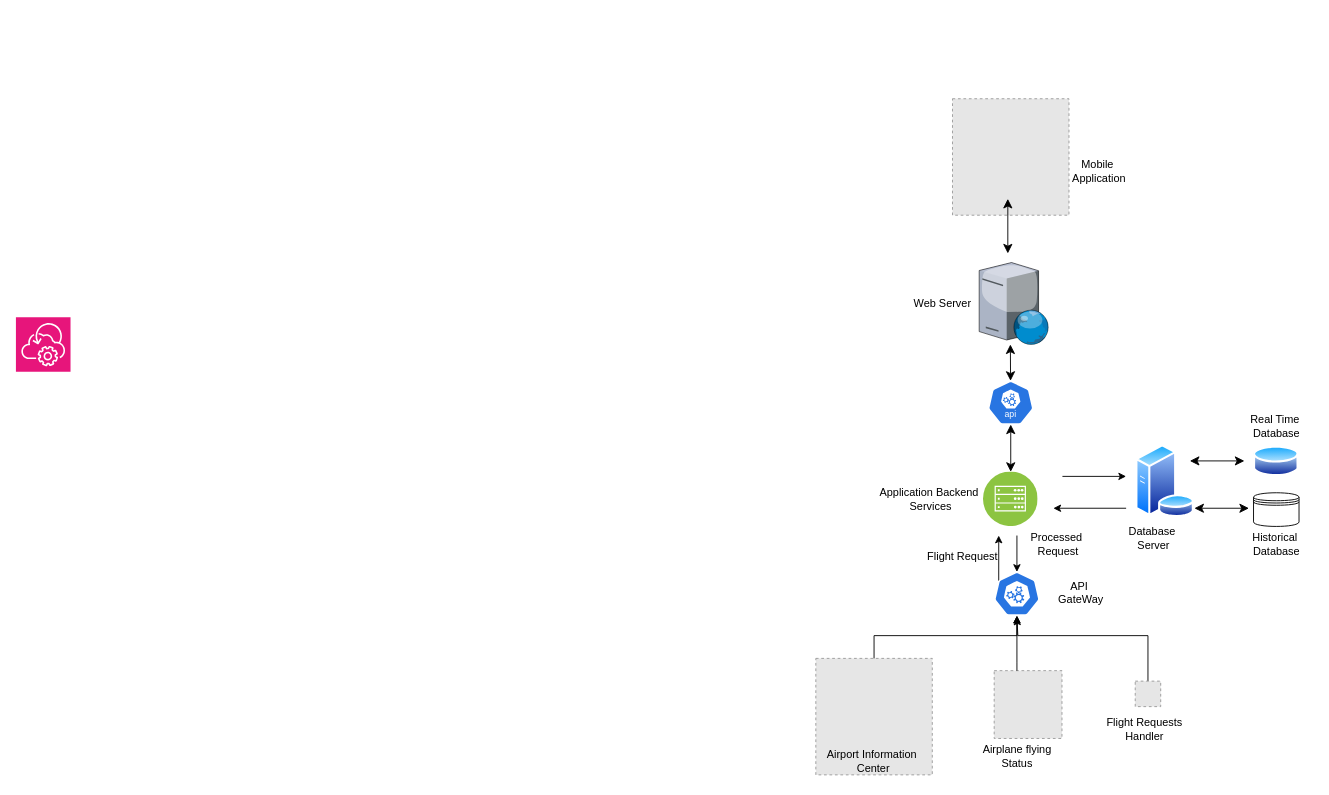
Before: Untitled Diagram.drawio in HariniRavi490/portfolio, a draw.io diagram. Source tidied: cells renumbered, new cells numbered last; positions are measured from the earlier drawing's top-left corner, leaving out a move shared by most shapes. Both pictures are drawn from the tidied source at 91%, with x=0, y=0 at pixel (15, 98). Pictures stored in the file or linked from it are replaced by grey dashed boxes.
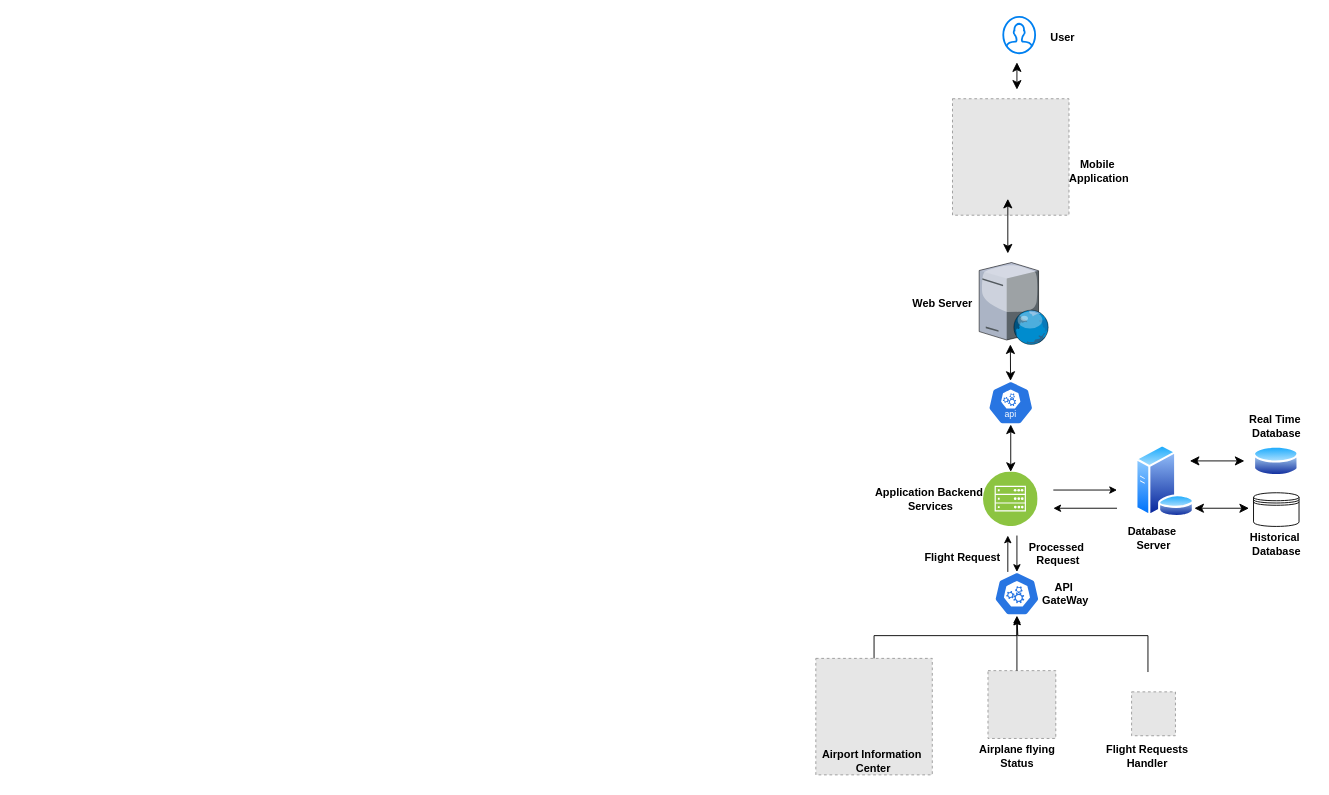
The same diagram, later.

Unchanged cells that the change refers to:
```xml
<mxCell id="4" style="sketch=0;html=1;dashed=0;whitespace=wrap;verticalLabelPosition=bottom;verticalAlign=top;fillColor=#2875E2;strokeColor=#ffffff;points=[[0.005,0.63,0],[0.1,0.2,0],[0.9,0.2,0],[0.5,0,0],[0.995,0.63,0],[0.72,0.99,0],[0.5,1,0],[0.28,0.99,0]];shape=mxgraph.kubernetes.icon2;prIcon=api;" parent="1" vertex="1">
  <mxGeometry x="1075" y="520" width="50" height="48" as="geometry" />
</mxCell>
```

The edit, as a diff of the source:
```diff
@@
-    <mxCell id="3" style="edgeStyle=orthogonalEdgeStyle;rounded=0;jettySize=auto;html=1;exitX=0.1;exitY=0.2;exitDx=0;exitDy=0;exitPerimeter=0;" parent="1" edge="1" source="4">
-      <mxGeometry relative="1" as="geometry">
-        <mxPoint x="1080" y="480" as="targetPoint" />
-        <Array as="points">
-          <mxPoint x="1080" y="480" />
-          <mxPoint x="1080" y="480" />
-        </Array>
-      </mxGeometry>
-    </mxCell>
@@
     <mxCell id="5" style="fillColor=#E6E6E6;strokeColor=#999999;dashed=1;html=1;verticalAlign=top;verticalLabelPosition=bottom;labelBackgroundColor=#ffffff;" parent="1" vertex="1">
-      <mxGeometry x="1075" y="628.5" width="74.5" height="74.5" as="geometry" />
+      <mxGeometry x="1068.2" y="628.5" width="74.5" height="74.5" as="geometry" />
     </mxCell>
-    <mxCell id="6" value="Airport Information&amp;nbsp;&lt;div&gt;Center&lt;/div&gt;" style="text;html=1;align=center;verticalAlign=middle;strokeColor=none;fillColor=none;" parent="1" vertex="1">
-      <mxGeometry x="877" y="708" width="130" height="40" as="geometry" />
+    <mxCell id="6" value="&lt;b&gt;Airport Information&amp;nbsp;&lt;/b&gt;&lt;div&gt;&lt;b&gt;Center&lt;/b&gt;&lt;/div&gt;" style="text;html=1;align=center;verticalAlign=middle;strokeColor=none;fillColor=none;" parent="1" vertex="1">
+      <mxGeometry x="872" y="708" width="140" height="40" as="geometry" />
     </mxCell>
-    <mxCell id="7" value="Airplane flying&lt;div&gt;Status&lt;/div&gt;" style="text;html=1;align=center;verticalAlign=middle;strokeColor=none;fillColor=none;" parent="1" vertex="1">
-      <mxGeometry x="1050" y="703" width="100" height="40" as="geometry" />
+    <mxCell id="7" value="&lt;b&gt;Airplane flying&lt;/b&gt;&lt;div&gt;&lt;b&gt;Status&lt;/b&gt;&lt;/div&gt;" style="text;html=1;align=center;verticalAlign=middle;strokeColor=none;fillColor=none;" parent="1" vertex="1">
+      <mxGeometry x="1045" y="703" width="110" height="40" as="geometry" />
     </mxCell>
-    <mxCell id="8" style="edgeStyle=orthogonalEdgeStyle;rounded=0;jettySize=auto;html=1;" parent="1" edge="1" source="9">
+    <mxCell id="8" style="edgeStyle=orthogonalEdgeStyle;rounded=0;orthogonalLoop=1;jettySize=auto;html=1;" parent="1" edge="1">
       <mxGeometry relative="1" as="geometry">
+        <mxPoint x="1244" y="630" as="sourcePoint" />
         <mxPoint x="1100" y="570" as="targetPoint" />
         <Array as="points">
           <mxPoint x="1244" y="590" />
           <mxPoint x="1101" y="590" />
         </Array>
       </mxGeometry>
     </mxCell>
     <mxCell id="9" style="fillColor=#E6E6E6;strokeColor=#999999;dashed=1;verticalLabelPosition=bottom;labelBackgroundColor=default;verticalAlign=top;" parent="1" vertex="1">
-      <mxGeometry x="1230" y="640" width="28" height="28" as="geometry" />
+      <mxGeometry x="1226" y="651.8" width="48.2" height="48.2" as="geometry" />
     </mxCell>
-    <mxCell id="10" value="Flight Requests&lt;div&gt;Handler&lt;/div&gt;" style="text;html=1;align=center;verticalAlign=middle;strokeColor=none;fillColor=none;" parent="1" vertex="1">
-      <mxGeometry x="1185" y="673" width="110" height="40" as="geometry" />
+    <mxCell id="10" value="&lt;b&gt;Flight Requests&lt;/b&gt;&lt;div&gt;&lt;b&gt;Handler&lt;/b&gt;&lt;/div&gt;" style="text;html=1;align=center;verticalAlign=middle;strokeColor=none;fillColor=none;" parent="1" vertex="1">
+      <mxGeometry x="1188.2" y="703" width="110" height="40" as="geometry" />
     </mxCell>
@@
-    <mxCell id="12" style="edgeStyle=orthogonalEdgeStyle;rounded=0;jettySize=auto;html=1;entryX=0.5;entryY=1;entryDx=0;entryDy=0;entryPerimeter=0;" parent="1" edge="1" source="5" target="4">
+    <mxCell id="12" style="edgeStyle=orthogonalEdgeStyle;rounded=0;jettySize=auto;html=1;" parent="1" edge="1" source="5">
       <mxGeometry relative="1" as="geometry">
+        <mxPoint x="1100" y="570" as="targetPoint" />
         <Array as="points">
-          <mxPoint x="1100" y="620" />
-          <mxPoint x="1100" y="620" />
+          <mxPoint x="1100" y="590" />
+          <mxPoint x="1100" y="590" />
         </Array>
       </mxGeometry>
     </mxCell>
-    <mxCell id="13" value="API&amp;nbsp;&lt;div&gt;GateWay&lt;/div&gt;" style="text;html=1;align=center;verticalAlign=middle;strokeColor=none;fillColor=none;" parent="1" vertex="1">
-      <mxGeometry x="1135" y="523" width="70" height="40" as="geometry" />
+    <mxCell id="13" value="&lt;b&gt;API&amp;nbsp;&lt;/b&gt;&lt;div&gt;&lt;b&gt;GateWay&lt;/b&gt;&lt;/div&gt;" style="text;html=1;align=center;verticalAlign=middle;strokeColor=none;fillColor=none;" parent="1" vertex="1">
+      <mxGeometry x="1118.2" y="524" width="70" height="40" as="geometry" />
     </mxCell>
     <mxCell id="14" style="edgeStyle=orthogonalEdgeStyle;rounded=0;orthogonalLoop=1;jettySize=auto;html=1;" parent="1" edge="1">
       <mxGeometry relative="1" as="geometry">
-        <mxPoint x="1150" y="415" as="sourcePoint" />
-        <mxPoint x="1220" y="415" as="targetPoint" />
+        <mxPoint x="1140" y="430" as="sourcePoint" />
+        <mxPoint x="1210" y="430" as="targetPoint" />
       </mxGeometry>
     </mxCell>
@@
-    <mxCell id="17" value="Flight Request" style="text;html=1;align=center;verticalAlign=middle;strokeColor=none;fillColor=none;" parent="1" vertex="1">
-      <mxGeometry x="990" y="488" width="100" height="30" as="geometry" />
+    <mxCell id="17" value="&lt;b&gt;Flight Request&lt;/b&gt;" style="text;html=1;align=center;verticalAlign=middle;strokeColor=none;fillColor=none;" parent="1" vertex="1">
+      <mxGeometry x="985" y="490" width="110" height="30" as="geometry" />
     </mxCell>
-    <mxCell id="18" value="Processed&amp;nbsp;&lt;div&gt;Request&lt;/div&gt;" style="text;html=1;align=center;verticalAlign=middle;strokeColor=none;fillColor=none;" parent="1" vertex="1">
-      <mxGeometry x="1105" y="470" width="80" height="40" as="geometry" />
+    <mxCell id="18" value="&lt;b&gt;Processed&amp;nbsp;&lt;/b&gt;&lt;div&gt;&lt;b&gt;Request&lt;/b&gt;&lt;/div&gt;" style="text;html=1;align=center;verticalAlign=middle;strokeColor=none;fillColor=none;" parent="1" vertex="1">
+      <mxGeometry x="1100" y="480" width="90" height="40" as="geometry" />
     </mxCell>
@@
     <mxCell id="20" style="edgeStyle=none;orthogonalLoop=1;jettySize=auto;html=1;rounded=0;" parent="1" edge="1">
       <mxGeometry relative="1" as="geometry">
-        <mxPoint x="1220" y="450" as="sourcePoint" />
+        <mxPoint x="1210" y="450" as="sourcePoint" />
         <mxPoint x="1140" y="450" as="targetPoint" />
       </mxGeometry>
     </mxCell>
-    <mxCell id="21" value="Web Server" style="text;html=1;align=center;verticalAlign=middle;strokeColor=none;fillColor=none;" parent="1" vertex="1">
+    <mxCell id="21" value="&lt;b&gt;Web Server&lt;/b&gt;" style="text;html=1;align=center;verticalAlign=middle;strokeColor=none;fillColor=none;" parent="1" vertex="1">
       <mxGeometry x="973.2" y="210" width="90" height="30" as="geometry" />
     </mxCell>
-    <mxCell id="22" value="Database&amp;nbsp;&lt;div&gt;Server&lt;/div&gt;" style="text;html=1;align=center;verticalAlign=middle;strokeColor=none;fillColor=none;" parent="1" vertex="1">
+    <mxCell id="22" value="&lt;b&gt;Database&amp;nbsp;&lt;/b&gt;&lt;div&gt;&lt;b&gt;Server&lt;/b&gt;&lt;/div&gt;" style="text;html=1;align=center;verticalAlign=middle;strokeColor=none;fillColor=none;" parent="1" vertex="1">
       <mxGeometry x="1210" y="463" width="80" height="40" as="geometry" />
     </mxCell>
@@
-    <mxCell id="25" value="Historical&amp;nbsp;&lt;div&gt;Database&lt;/div&gt;" style="text;html=1;align=center;verticalAlign=middle;strokeColor=none;fillColor=none;" parent="1" vertex="1">
+    <mxCell id="25" value="&lt;b&gt;Historical&amp;nbsp;&lt;/b&gt;&lt;div&gt;&lt;b&gt;Database&lt;/b&gt;&lt;/div&gt;" style="text;html=1;align=center;verticalAlign=middle;strokeColor=none;fillColor=none;" parent="1" vertex="1">
       <mxGeometry x="1345" y="470" width="80" height="40" as="geometry" />
     </mxCell>
-    <mxCell id="26" value="Real Time&amp;nbsp;&lt;div&gt;Database&lt;/div&gt;" style="text;html=1;align=center;verticalAlign=middle;strokeColor=none;fillColor=none;" parent="1" vertex="1">
+    <mxCell id="26" value="&lt;b&gt;Real Time&amp;nbsp;&lt;/b&gt;&lt;div&gt;&lt;b&gt;Database&lt;/b&gt;&lt;/div&gt;" style="text;html=1;align=center;verticalAlign=middle;strokeColor=none;fillColor=none;" parent="1" vertex="1">
       <mxGeometry x="1345" y="340" width="80" height="40" as="geometry" />
     </mxCell>
@@
-    <mxCell id="31" value="Application Backend&amp;nbsp;&lt;div&gt;Services&lt;/div&gt;" style="text;html=1;align=center;verticalAlign=middle;strokeColor=none;fillColor=none;" parent="1" vertex="1">
-      <mxGeometry x="935" y="420" width="140" height="40" as="geometry" />
+    <mxCell id="31" value="&lt;b&gt;Application Backend&amp;nbsp;&lt;/b&gt;&lt;div&gt;&lt;b&gt;Services&lt;/b&gt;&lt;/div&gt;" style="text;html=1;align=center;verticalAlign=middle;strokeColor=none;fillColor=none;" parent="1" vertex="1">
+      <mxGeometry x="930" y="420" width="150" height="40" as="geometry" />
     </mxCell>
-    <mxCell id="32" style="sketch=0;fontColor=#232F3E;fillColor=#E7157B;strokeColor=#ffffff;dashed=0;verticalLabelPosition=bottom;verticalAlign=top;align=center;html=1;fontSize=12;fontStyle=0;shape=mxgraph.aws4.resourceIcon;resIcon=mxgraph.aws4.backint_agent;" parent="1" vertex="1">
-      <mxGeometry y="240" width="60" height="60" as="geometry" />
-    </mxCell>
@@
-    <mxCell id="36" value="Mobile&amp;nbsp;&lt;div&gt;Application&lt;/div&gt;" style="text;html=1;align=center;verticalAlign=middle;strokeColor=none;fillColor=none;" parent="1" vertex="1">
-      <mxGeometry x="1149.5" y="60" width="80" height="40" as="geometry" />
+    <mxCell id="36" value="&lt;b&gt;Mobile&amp;nbsp;&lt;/b&gt;&lt;div&gt;&lt;b&gt;Application&lt;/b&gt;&lt;/div&gt;" style="text;html=1;align=center;verticalAlign=middle;strokeColor=none;fillColor=none;" parent="1" vertex="1">
+      <mxGeometry x="1144.5" y="60" width="90" height="40" as="geometry" />
     </mxCell>
@@
+    <mxCell id="38" style="edgeStyle=none;jettySize=auto;html=1;rounded=0;exitX=0.3;exitY=0;exitDx=0;exitDy=0;exitPerimeter=0;" parent="1" edge="1" source="4">
+      <mxGeometry relative="1" as="geometry">
+        <mxPoint x="1090" y="480" as="targetPoint" />
+      </mxGeometry>
+    </mxCell>
+    <mxCell id="39" style="html=1;verticalLabelPosition=bottom;align=center;labelBackgroundColor=#ffffff;verticalAlign=top;strokeWidth=2;strokeColor=#0080F0;shadow=0;dashed=0;shape=mxgraph.ios7.icons.user;" parent="1" vertex="1">
+      <mxGeometry x="1085" y="-90" width="35" height="40" as="geometry" />
+    </mxCell>
+    <mxCell id="40" style="edgeStyle=none;orthogonalLoop=1;jettySize=auto;html=1;endArrow=classic;startArrow=classic;endSize=8;startSize=8;rounded=0;" parent="1" edge="1">
+      <mxGeometry relative="1" as="geometry">
+        <mxPoint x="1100" y="-10" as="sourcePoint" />
+        <mxPoint x="1100" y="-40" as="targetPoint" />
+      </mxGeometry>
+    </mxCell>
+    <mxCell id="41" value="&lt;b&gt;User&lt;/b&gt;" style="text;html=1;align=center;verticalAlign=middle;strokeColor=none;fillColor=none;" parent="1" vertex="1">
+      <mxGeometry x="1125" y="-82" width="50" height="30" as="geometry" />
+    </mxCell>
```
